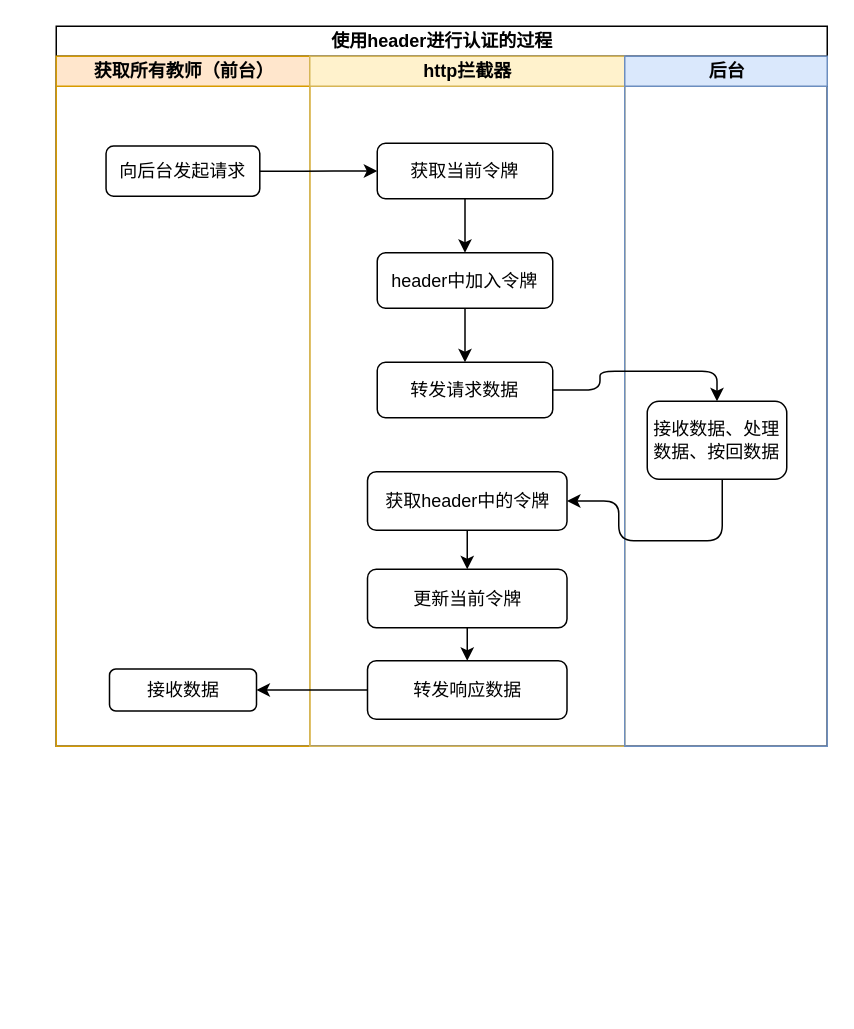
The draw.io diagram doucment/5.1.3.drawio in mengyunzhi/spring-boot-and-angular-guild, before the edit. Source tidied: cells renumbered, new cells numbered last; positions are measured from the earlier drawing's top-left corner, leaving out a move shared by most shapes. Both pictures are drawn from the tidied source at 150%, with x=0, y=0 at pixel (56, 26).
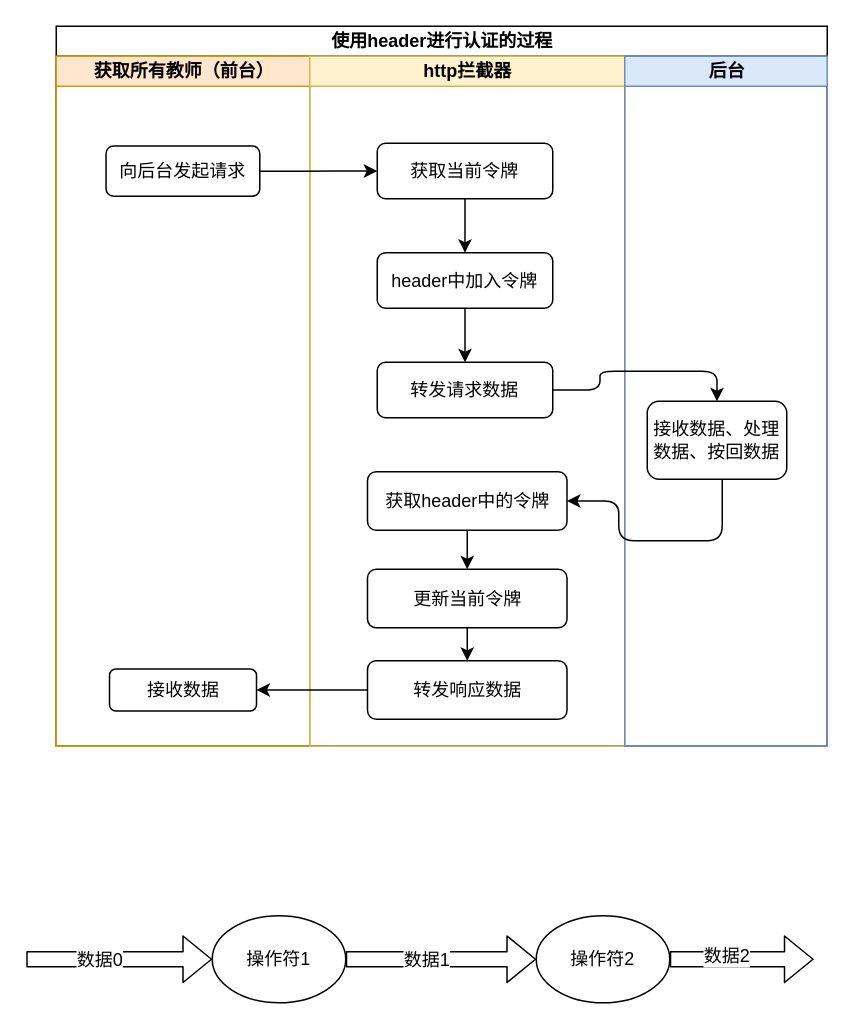
The same diagram, later.

Diff of the diagram source:
```diff
@@
+    <mxCell id="23" value="操作符1" style="ellipse;whiteSpace=wrap;html=1;" parent="1" vertex="1">
+      <mxGeometry x="104" y="593" width="89" height="58" as="geometry" />
+    </mxCell>
+    <mxCell id="24" value="操作符2" style="ellipse;whiteSpace=wrap;html=1;" parent="1" vertex="1">
+      <mxGeometry x="320" y="593" width="89" height="58" as="geometry" />
+    </mxCell>
+    <mxCell id="25" style="shape=flexArrow;endArrow=classic;html=1;entryX=0;entryY=0.5;entryDx=0;entryDy=0;" parent="1" edge="1" target="23">
+      <mxGeometry relative="1" as="geometry">
+        <mxPoint x="-20" y="622" as="sourcePoint" />
+      </mxGeometry>
+    </mxCell>
+    <mxCell id="26" value="数据0" style="text;html=1;align=center;verticalAlign=middle;labelBackgroundColor=#ffffff;" parent="25" vertex="1">
+      <mxGeometry x="-0.56" relative="1" as="geometry">
+        <mxPoint x="21" as="offset" />
+      </mxGeometry>
+    </mxCell>
+    <mxCell id="27" style="shape=flexArrow;endArrow=classic;html=1;entryX=0;entryY=0.5;entryDx=0;entryDy=0;exitX=1;exitY=0.5;exitDx=0;exitDy=0;" parent="1" edge="1" source="23" target="24">
+      <mxGeometry relative="1" as="geometry" />
+    </mxCell>
+    <mxCell id="28" value="数据1" style="text;html=1;align=center;verticalAlign=middle;labelBackgroundColor=#ffffff;" parent="27" vertex="1">
+      <mxGeometry x="-0.34" relative="1" as="geometry">
+        <mxPoint x="11" as="offset" />
+      </mxGeometry>
+    </mxCell>
+    <mxCell id="29" style="shape=flexArrow;endArrow=classic;html=1;exitX=1;exitY=0.5;exitDx=0;exitDy=0;" parent="1" edge="1" source="24">
+      <mxGeometry relative="1" as="geometry">
+        <mxPoint x="505" y="622" as="targetPoint" />
+      </mxGeometry>
+    </mxCell>
+    <mxCell id="30" value="数据2" style="text;html=1;align=center;verticalAlign=middle;labelBackgroundColor=#ffffff;" parent="29" vertex="1">
+      <mxGeometry x="-0.12" y="-2" relative="1" as="geometry">
+        <mxPoint x="-4.5" y="-5" as="offset" />
+      </mxGeometry>
+    </mxCell>
```
